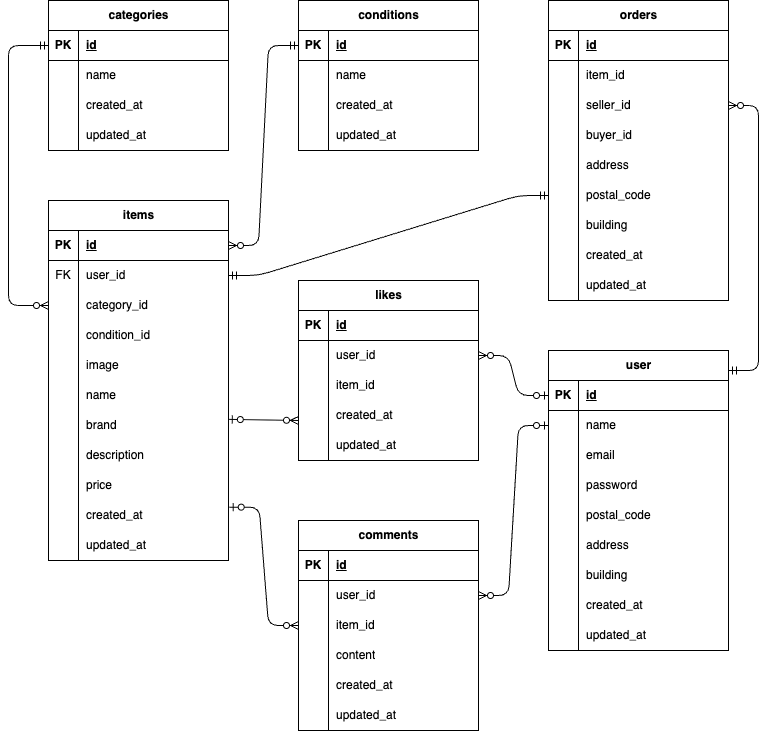
Before: docs/er.drawio.png, a diagram exported from draw.io (YumiOotake/coachtech-flea-market-test). Source tidied: cells renumbered, new cells last; positions are measured from the earlier drawing's top-left corner, leaving out a move shared by most shapes.
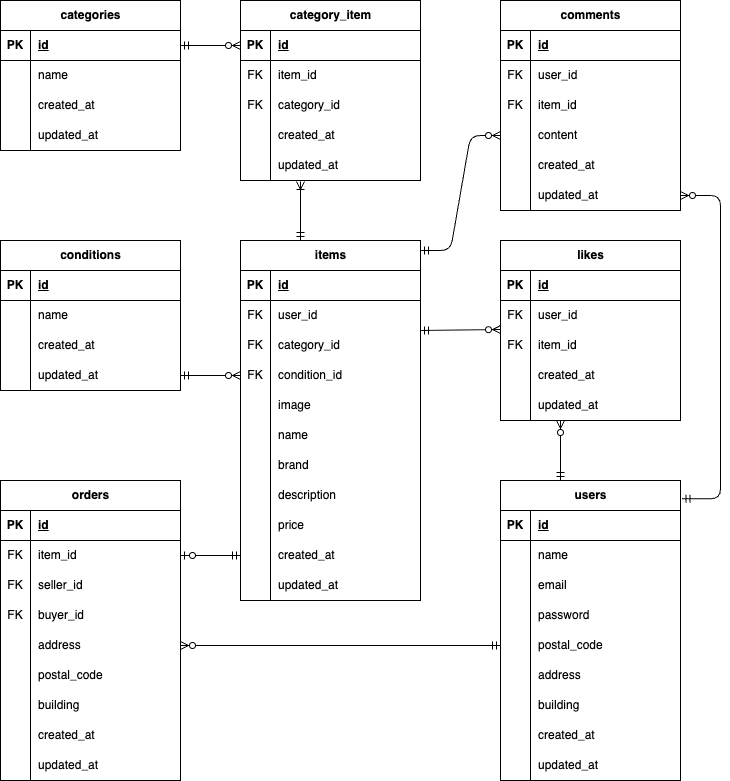
The same diagram one commit later.

The edit, as a diff of the source:
```diff
@@ -42,7 +42,7 @@
       <mxGeometry x="30" width="150" height="30" as="geometry" />
     </mxCell>
     <mxCell id="15" value="conditions" style="shape=table;startSize=30;rowLines=0;fontStyle=1;align=center;html=1;" parent="1" vertex="1">
-      <mxGeometry x="290" width="180" height="150" as="geometry" />
+      <mxGeometry x="40" y="240" width="180" height="150" as="geometry" />
     </mxCell>
     <mxCell id="16" style="shape=tableRow;horizontal=0;startSize=0;swimlaneHead=0;swimlaneBody=0;fillColor=none;points=[[0,0.5],[1,0.5]];portConstraint=eastwest;top=0;left=0;right=0;bottom=1;" parent="15" vertex="1">
       <mxGeometry y="30" width="180" height="30" as="geometry" />
@@ -81,7 +81,7 @@
       <mxGeometry x="30" width="150" height="30" as="geometry" />
     </mxCell>
     <mxCell id="28" value="comments" style="shape=table;startSize=30;rowLines=0;fontStyle=1;align=center;html=1;" parent="1" vertex="1">
-      <mxGeometry x="290" y="520" width="180" height="210" as="geometry" />
+      <mxGeometry x="540" width="180" height="210" as="geometry" />
     </mxCell>
     <mxCell id="29" style="shape=tableRow;horizontal=0;startSize=0;swimlaneHead=0;swimlaneBody=0;fillColor=none;top=0;left=0;right=0;bottom=1;" parent="28" vertex="1">
       <mxGeometry y="30" width="180" height="30" as="geometry" />
@@ -95,7 +95,7 @@
     <mxCell id="32" style="shape=tableRow;horizontal=0;startSize=0;swimlaneHead=0;swimlaneBody=0;fillColor=none;points=[[0,0.5],[1,0.5]];portConstraint=eastwest;top=0;left=0;right=0;bottom=0;" parent="28" vertex="1">
       <mxGeometry y="60" width="180" height="30" as="geometry" />
     </mxCell>
-    <mxCell id="33" style="shape=partialRectangle;fillColor=none;top=0;left=0;bottom=0;right=0;overflow=hidden;whiteSpace=wrap;html=1;" parent="32" vertex="1">
+    <mxCell id="33" value="FK" style="shape=partialRectangle;fillColor=none;top=0;left=0;bottom=0;right=0;overflow=hidden;whiteSpace=wrap;html=1;" parent="32" vertex="1">
       <mxGeometry width="30" height="30" as="geometry" />
     </mxCell>
     <mxCell id="34" value="user_id" style="shape=partialRectangle;fillColor=none;top=0;left=0;bottom=0;right=0;align=left;spacingLeft=6;overflow=hidden;whiteSpace=wrap;html=1;" parent="32" vertex="1">
@@ -104,7 +104,7 @@
     <mxCell id="35" style="shape=tableRow;horizontal=0;startSize=0;swimlaneHead=0;swimlaneBody=0;fillColor=none;points=[[0,0.5],[1,0.5]];portConstraint=eastwest;top=0;left=0;right=0;bottom=0;" parent="28" vertex="1">
       <mxGeometry y="90" width="180" height="30" as="geometry" />
     </mxCell>
-    <mxCell id="36" style="shape=partialRectangle;fillColor=none;top=0;left=0;bottom=0;right=0;overflow=hidden;whiteSpace=wrap;html=1;" parent="35" vertex="1">
+    <mxCell id="36" value="FK" style="shape=partialRectangle;fillColor=none;top=0;left=0;bottom=0;right=0;overflow=hidden;whiteSpace=wrap;html=1;" parent="35" vertex="1">
       <mxGeometry width="30" height="30" as="geometry" />
     </mxCell>
     <mxCell id="37" value="item_id" style="shape=partialRectangle;fillColor=none;top=0;left=0;bottom=0;right=0;align=left;spacingLeft=6;overflow=hidden;whiteSpace=wrap;html=1;" parent="35" vertex="1">
@@ -137,8 +137,8 @@
     <mxCell id="46" value="updated_at" style="shape=partialRectangle;fillColor=none;top=0;left=0;bottom=0;right=0;align=left;spacingLeft=6;overflow=hidden;whiteSpace=wrap;html=1;" parent="44" vertex="1">
       <mxGeometry x="30" width="150" height="30" as="geometry" />
     </mxCell>
-    <mxCell id="47" value="user" style="shape=table;startSize=30;rowLines=0;fontStyle=1;align=center;html=1;" parent="1" vertex="1">
-      <mxGeometry x="540" y="350" width="180" height="300" as="geometry" />
+    <mxCell id="47" value="users" style="shape=table;startSize=30;rowLines=0;fontStyle=1;align=center;html=1;" parent="1" vertex="1">
+      <mxGeometry x="540" y="480" width="180" height="300" as="geometry" />
     </mxCell>
     <mxCell id="48" style="shape=tableRow;horizontal=0;startSize=0;swimlaneHead=0;swimlaneBody=0;fillColor=none;points=[[0,0.5],[1,0.5]];portConstraint=eastwest;top=0;left=0;right=0;bottom=1;" parent="47" vertex="1">
       <mxGeometry y="30" width="180" height="30" as="geometry" />
@@ -222,7 +222,7 @@
       <mxGeometry x="30" width="150" height="30" as="geometry" />
     </mxCell>
     <mxCell id="75" value="items" style="shape=table;startSize=30;rowLines=0;fontStyle=1;align=center;html=1;" parent="1" vertex="1">
-      <mxGeometry x="40" y="200" width="180" height="360" as="geometry" />
+      <mxGeometry x="280" y="240" width="180" height="360" as="geometry" />
     </mxCell>
     <mxCell id="76" style="shape=tableRow;horizontal=0;startSize=0;swimlaneHead=0;swimlaneBody=0;fillColor=none;points=[[0,0.5],[1,0.5]];portConstraint=eastwest;top=0;left=0;right=0;bottom=1;" parent="75" vertex="1">
       <mxGeometry y="30" width="180" height="30" as="geometry" />
@@ -245,7 +245,7 @@
     <mxCell id="82" style="shape=tableRow;horizontal=0;startSize=0;swimlaneHead=0;swimlaneBody=0;fillColor=none;points=[[0,0.5],[1,0.5]];portConstraint=eastwest;top=0;left=0;right=0;bottom=0;" parent="75" vertex="1">
       <mxGeometry y="90" width="180" height="30" as="geometry" />
     </mxCell>
-    <mxCell id="83" style="shape=partialRectangle;fillColor=none;top=0;left=0;bottom=0;right=0;overflow=hidden;whiteSpace=wrap;html=1;" parent="82" vertex="1">
+    <mxCell id="83" value="FK" style="shape=partialRectangle;fillColor=none;top=0;left=0;bottom=0;right=0;overflow=hidden;whiteSpace=wrap;html=1;" parent="82" vertex="1">
       <mxGeometry width="30" height="30" as="geometry" />
     </mxCell>
     <mxCell id="84" value="category_id" style="shape=partialRectangle;fillColor=none;top=0;left=0;bottom=0;right=0;align=left;spacingLeft=6;overflow=hidden;whiteSpace=wrap;html=1;" parent="82" vertex="1">
@@ -254,7 +254,7 @@
     <mxCell id="85" style="shape=tableRow;horizontal=0;startSize=0;swimlaneHead=0;swimlaneBody=0;fillColor=none;points=[[0,0.5],[1,0.5]];portConstraint=eastwest;top=0;left=0;right=0;bottom=0;" parent="75" vertex="1">
       <mxGeometry y="120" width="180" height="30" as="geometry" />
     </mxCell>
-    <mxCell id="86" style="shape=partialRectangle;fillColor=none;top=0;left=0;bottom=0;right=0;overflow=hidden;whiteSpace=wrap;html=1;" parent="85" vertex="1">
+    <mxCell id="86" value="FK" style="shape=partialRectangle;fillColor=none;top=0;left=0;bottom=0;right=0;overflow=hidden;whiteSpace=wrap;html=1;" parent="85" vertex="1">
       <mxGeometry width="30" height="30" as="geometry" />
     </mxCell>
     <mxCell id="87" value="condition_id" style="shape=partialRectangle;fillColor=none;top=0;left=0;bottom=0;right=0;align=left;spacingLeft=6;overflow=hidden;whiteSpace=wrap;html=1;" parent="85" vertex="1">
@@ -324,7 +324,7 @@
       <mxGeometry x="30" width="150" height="30" as="geometry" />
     </mxCell>
     <mxCell id="109" value="likes" style="shape=table;startSize=30;rowLines=0;fontStyle=1;align=center;html=1;" parent="1" vertex="1">
-      <mxGeometry x="290" y="280" width="180" height="180" as="geometry" />
+      <mxGeometry x="540" y="240" width="180" height="180" as="geometry" />
     </mxCell>
     <mxCell id="110" style="shape=tableRow;horizontal=0;startSize=0;swimlaneHead=0;swimlaneBody=0;fillColor=none;top=0;left=0;right=0;bottom=1;" parent="109" vertex="1">
       <mxGeometry y="30" width="180" height="30" as="geometry" />
@@ -338,7 +338,7 @@
     <mxCell id="113" style="shape=tableRow;horizontal=0;startSize=0;swimlaneHead=0;swimlaneBody=0;fillColor=none;points=[[0,0.5],[1,0.5]];portConstraint=eastwest;top=0;left=0;right=0;bottom=0;" parent="109" vertex="1">
       <mxGeometry y="60" width="180" height="30" as="geometry" />
     </mxCell>
-    <mxCell id="114" style="shape=partialRectangle;fillColor=none;top=0;left=0;bottom=0;right=0;overflow=hidden;whiteSpace=wrap;html=1;" parent="113" vertex="1">
+    <mxCell id="114" value="FK" style="shape=partialRectangle;fillColor=none;top=0;left=0;bottom=0;right=0;overflow=hidden;whiteSpace=wrap;html=1;" parent="113" vertex="1">
       <mxGeometry width="30" height="30" as="geometry" />
     </mxCell>
     <mxCell id="115" value="user_id" style="shape=partialRectangle;fillColor=none;top=0;left=0;bottom=0;right=0;align=left;spacingLeft=6;overflow=hidden;whiteSpace=wrap;html=1;" parent="113" vertex="1">
@@ -347,7 +347,7 @@
     <mxCell id="116" style="shape=tableRow;horizontal=0;startSize=0;swimlaneHead=0;swimlaneBody=0;fillColor=none;top=0;left=0;right=0;bottom=0;" parent="109" vertex="1">
       <mxGeometry y="90" width="180" height="30" as="geometry" />
     </mxCell>
-    <mxCell id="117" style="shape=partialRectangle;fillColor=none;top=0;left=0;bottom=0;right=0;overflow=hidden;whiteSpace=wrap;html=1;" parent="116" vertex="1">
+    <mxCell id="117" value="FK" style="shape=partialRectangle;fillColor=none;top=0;left=0;bottom=0;right=0;overflow=hidden;whiteSpace=wrap;html=1;" parent="116" vertex="1">
       <mxGeometry width="30" height="30" as="geometry" />
     </mxCell>
     <mxCell id="118" value="item_id" style="shape=partialRectangle;fillColor=none;top=0;left=0;bottom=0;right=0;align=left;spacingLeft=6;overflow=hidden;whiteSpace=wrap;html=1;" parent="116" vertex="1">
@@ -372,7 +372,7 @@
       <mxGeometry x="30" width="150" height="30" as="geometry" />
     </mxCell>
     <mxCell id="125" value="orders" style="shape=table;startSize=30;rowLines=0;fontStyle=1;align=center;html=1;" parent="1" vertex="1">
-      <mxGeometry x="540" width="180" height="300" as="geometry" />
+      <mxGeometry x="40" y="480" width="180" height="300" as="geometry" />
     </mxCell>
     <mxCell id="126" style="shape=tableRow;horizontal=0;startSize=0;swimlaneHead=0;swimlaneBody=0;fillColor=none;top=0;left=0;right=0;bottom=1;" parent="125" vertex="1">
       <mxGeometry y="30" width="180" height="30" as="geometry" />
@@ -386,7 +386,7 @@
     <mxCell id="129" style="shape=tableRow;horizontal=0;startSize=0;swimlaneHead=0;swimlaneBody=0;fillColor=none;points=[[0,0.5],[1,0.5]];portConstraint=eastwest;top=0;left=0;right=0;bottom=0;" parent="125" vertex="1">
       <mxGeometry y="60" width="180" height="30" as="geometry" />
     </mxCell>
-    <mxCell id="130" style="shape=partialRectangle;fillColor=none;top=0;left=0;bottom=0;right=0;overflow=hidden;whiteSpace=wrap;html=1;" parent="129" vertex="1">
+    <mxCell id="130" value="FK" style="shape=partialRectangle;fillColor=none;top=0;left=0;bottom=0;right=0;overflow=hidden;whiteSpace=wrap;html=1;" parent="129" vertex="1">
       <mxGeometry width="30" height="30" as="geometry" />
     </mxCell>
     <mxCell id="131" value="item_id" style="shape=partialRectangle;fillColor=none;top=0;left=0;bottom=0;right=0;align=left;spacingLeft=6;overflow=hidden;whiteSpace=wrap;html=1;" parent="129" vertex="1">
@@ -395,7 +395,7 @@
     <mxCell id="132" style="shape=tableRow;horizontal=0;startSize=0;swimlaneHead=0;swimlaneBody=0;fillColor=none;top=0;left=0;right=0;bottom=0;" parent="125" vertex="1">
       <mxGeometry y="90" width="180" height="30" as="geometry" />
     </mxCell>
-    <mxCell id="133" style="shape=partialRectangle;fillColor=none;top=0;left=0;bottom=0;right=0;overflow=hidden;whiteSpace=wrap;html=1;" parent="132" vertex="1">
+    <mxCell id="133" value="FK" style="shape=partialRectangle;fillColor=none;top=0;left=0;bottom=0;right=0;overflow=hidden;whiteSpace=wrap;html=1;" parent="132" vertex="1">
       <mxGeometry width="30" height="30" as="geometry" />
     </mxCell>
     <mxCell id="134" value="seller_id" style="shape=partialRectangle;fillColor=none;top=0;left=0;bottom=0;right=0;align=left;spacingLeft=6;overflow=hidden;whiteSpace=wrap;html=1;" parent="132" vertex="1">
@@ -404,7 +404,7 @@
     <mxCell id="135" style="shape=tableRow;horizontal=0;startSize=0;swimlaneHead=0;swimlaneBody=0;fillColor=none;top=0;left=0;right=0;bottom=0;" parent="125" vertex="1">
       <mxGeometry y="120" width="180" height="30" as="geometry" />
     </mxCell>
-    <mxCell id="136" style="shape=partialRectangle;fillColor=none;top=0;left=0;bottom=0;right=0;overflow=hidden;whiteSpace=wrap;html=1;" parent="135" vertex="1">
+    <mxCell id="136" value="FK" style="shape=partialRectangle;fillColor=none;top=0;left=0;bottom=0;right=0;overflow=hidden;whiteSpace=wrap;html=1;" parent="135" vertex="1">
       <mxGeometry width="30" height="30" as="geometry" />
     </mxCell>
     <mxCell id="137" value="buyer_id" style="shape=partialRectangle;fillColor=none;top=0;left=0;bottom=0;right=0;align=left;spacingLeft=6;overflow=hidden;whiteSpace=wrap;html=1;" parent="135" vertex="1">
@@ -455,43 +455,96 @@
     <mxCell id="152" value="updated_at" style="shape=partialRectangle;fillColor=none;top=0;left=0;bottom=0;right=0;align=left;spacingLeft=6;overflow=hidden;whiteSpace=wrap;html=1;" parent="150" vertex="1">
       <mxGeometry x="30" width="150" height="30" as="geometry" />
     </mxCell>
-    <mxCell id="153" style="edgeStyle=entityRelationEdgeStyle;fontSize=12;html=1;endArrow=ERzeroToMany;startArrow=ERmandOne;exitX=0;exitY=0.5;exitDx=0;exitDy=0;entryX=1;entryY=0.5;entryDx=0;entryDy=0;" parent="1" edge="1" source="16" target="76">
+    <mxCell id="153" style="fontSize=12;html=1;endArrow=ERzeroToMany;startArrow=ERmandOne;entryX=0;entryY=0.5;entryDx=0;entryDy=0;exitX=1;exitY=0.5;exitDx=0;exitDy=0;edgeStyle=orthogonalEdgeStyle;elbow=vertical;" parent="1" edge="1" source="3" target="162">
       <mxGeometry relative="1" as="geometry" />
     </mxCell>
-    <mxCell id="154" style="edgeStyle=orthogonalEdgeStyle;fontSize=12;html=1;endArrow=ERzeroToMany;startArrow=ERmandOne;exitX=0;exitY=0.5;exitDx=0;exitDy=0;entryX=0;entryY=0.5;entryDx=0;entryDy=0;" parent="1" edge="1" source="3" target="82">
-      <mxGeometry relative="1" as="geometry">
-        <Array as="points">
-          <mxPoint y="45" />
-          <mxPoint y="305" />
-        </Array>
-      </mxGeometry>
-    </mxCell>
-    <mxCell id="155" style="fontSize=12;html=1;endArrow=ERzeroToMany;startArrow=ERzeroToOne;exitX=0.999;exitY=0.295;exitDx=0;exitDy=0;entryX=0;entryY=0.5;entryDx=0;entryDy=0;exitPerimeter=0;" parent="1" edge="1" source="94">
-      <mxGeometry relative="1" as="geometry">
-        <mxPoint x="290" y="420" as="targetPoint" />
-      </mxGeometry>
-    </mxCell>
-    <mxCell id="156" style="edgeStyle=entityRelationEdgeStyle;fontSize=12;html=1;endArrow=ERzeroToMany;startArrow=ERzeroToOne;entryX=1;entryY=0.5;entryDx=0;entryDy=0;exitX=0;exitY=0.5;exitDx=0;exitDy=0;" parent="1" edge="1" source="48" target="113">
-      <mxGeometry relative="1" as="geometry" />
-    </mxCell>
-    <mxCell id="157" style="edgeStyle=entityRelationEdgeStyle;fontSize=12;html=1;endArrow=ERzeroToMany;startArrow=ERzeroToOne;exitX=0;exitY=0.5;exitDx=0;exitDy=0;entryX=1;entryY=0.5;entryDx=0;entryDy=0;" parent="1" edge="1" source="51" target="32">
-      <mxGeometry relative="1" as="geometry" />
-    </mxCell>
-    <mxCell id="158" style="edgeStyle=entityRelationEdgeStyle;fontSize=12;html=1;endArrow=ERzeroToMany;startArrow=ERzeroToOne;entryX=0;entryY=0.5;entryDx=0;entryDy=0;exitX=1.004;exitY=0.222;exitDx=0;exitDy=0;exitPerimeter=0;" parent="1" edge="1" source="103" target="35">
-      <mxGeometry relative="1" as="geometry" />
-    </mxCell>
-    <mxCell id="159" style="edgeStyle=orthogonalEdgeStyle;fontSize=12;html=1;endArrow=ERzeroToMany;startArrow=ERmandOne;exitX=0;exitY=0.067;exitDx=0;exitDy=0;exitPerimeter=0;entryX=0;entryY=0.5;entryDx=0;entryDy=0;" parent="1" edge="1">
-      <mxGeometry relative="1" as="geometry">
-        <mxPoint x="720" y="370.1" as="sourcePoint" />
-        <mxPoint x="720" y="105" as="targetPoint" />
-        <Array as="points">
-          <mxPoint x="750" y="370" />
-          <mxPoint x="750" y="105" />
-        </Array>
-      </mxGeometry>
+    <mxCell id="159" style="fontSize=12;html=1;endArrow=ERzeroToMany;startArrow=ERmandOne;exitX=0;exitY=0.5;exitDx=0;exitDy=0;entryX=1;entryY=0.5;entryDx=0;entryDy=0;" parent="1" edge="1" source="60" target="138">
+      <mxGeometry relative="1" as="geometry" />
     </mxCell>
-    <mxCell id="160" style="edgeStyle=entityRelationEdgeStyle;fontSize=12;html=1;endArrow=ERmandOne;startArrow=ERmandOne;exitX=1;exitY=0.5;exitDx=0;exitDy=0;entryX=0;entryY=0.5;entryDx=0;entryDy=0;" parent="1" edge="1" source="79" target="141">
-      <mxGeometry relative="1" as="geometry" />
-    </mxCell>
+    <mxCell id="161" value="category_item" style="shape=table;startSize=30;rowLines=0;fontStyle=1;align=center;html=1;" parent="1" vertex="1">
+      <mxGeometry x="280" width="180" height="180" as="geometry" />
+    </mxCell>
+    <mxCell id="162" style="shape=tableRow;horizontal=0;startSize=0;swimlaneHead=0;swimlaneBody=0;fillColor=none;points=[[0,0.5],[1,0.5]];portConstraint=eastwest;top=0;left=0;right=0;bottom=1;" parent="161" vertex="1">
+      <mxGeometry y="30" width="180" height="30" as="geometry" />
+    </mxCell>
+    <mxCell id="163" value="PK" style="shape=partialRectangle;fillColor=none;top=0;left=0;bottom=0;right=0;fontStyle=1;overflow=hidden;whiteSpace=wrap;html=1;" parent="162" vertex="1">
+      <mxGeometry width="30" height="30" as="geometry" />
+    </mxCell>
+    <mxCell id="164" value="id" style="shape=partialRectangle;fillColor=none;top=0;left=0;bottom=0;right=0;align=left;spacingLeft=6;fontStyle=5;overflow=hidden;whiteSpace=wrap;html=1;" parent="162" vertex="1">
+      <mxGeometry x="30" width="150" height="30" as="geometry" />
+    </mxCell>
+    <mxCell id="165" style="shape=tableRow;horizontal=0;startSize=0;swimlaneHead=0;swimlaneBody=0;fillColor=none;top=0;left=0;right=0;bottom=0;" parent="161" vertex="1">
+      <mxGeometry y="60" width="180" height="30" as="geometry" />
+    </mxCell>
+    <mxCell id="166" value="FK" style="shape=partialRectangle;fillColor=none;top=0;left=0;bottom=0;right=0;overflow=hidden;whiteSpace=wrap;html=1;" parent="165" vertex="1">
+      <mxGeometry width="30" height="30" as="geometry" />
+    </mxCell>
+    <mxCell id="167" value="item_id" style="shape=partialRectangle;fillColor=none;top=0;left=0;bottom=0;right=0;align=left;spacingLeft=6;overflow=hidden;whiteSpace=wrap;html=1;" parent="165" vertex="1">
+      <mxGeometry x="30" width="150" height="30" as="geometry" />
+    </mxCell>
+    <mxCell id="168" style="shape=tableRow;horizontal=0;startSize=0;swimlaneHead=0;swimlaneBody=0;fillColor=none;top=0;left=0;right=0;bottom=0;" parent="161" vertex="1">
+      <mxGeometry y="90" width="180" height="30" as="geometry" />
+    </mxCell>
+    <mxCell id="169" value="FK" style="shape=partialRectangle;fillColor=none;top=0;left=0;bottom=0;right=0;overflow=hidden;whiteSpace=wrap;html=1;" parent="168" vertex="1">
+      <mxGeometry width="30" height="30" as="geometry" />
+    </mxCell>
+    <mxCell id="170" value="category_id" style="shape=partialRectangle;fillColor=none;top=0;left=0;bottom=0;right=0;align=left;spacingLeft=6;overflow=hidden;whiteSpace=wrap;html=1;" parent="168" vertex="1">
+      <mxGeometry x="30" width="150" height="30" as="geometry" />
+    </mxCell>
+    <mxCell id="171" style="shape=tableRow;horizontal=0;startSize=0;swimlaneHead=0;swimlaneBody=0;fillColor=none;top=0;left=0;right=0;bottom=0;" parent="161" vertex="1">
+      <mxGeometry y="120" width="180" height="30" as="geometry" />
+    </mxCell>
+    <mxCell id="172" style="shape=partialRectangle;fillColor=none;top=0;left=0;bottom=0;right=0;overflow=hidden;whiteSpace=wrap;html=1;" parent="171" vertex="1">
+      <mxGeometry width="30" height="30" as="geometry" />
+    </mxCell>
+    <mxCell id="173" value="created_at" style="shape=partialRectangle;fillColor=none;top=0;left=0;bottom=0;right=0;align=left;spacingLeft=6;overflow=hidden;whiteSpace=wrap;html=1;" parent="171" vertex="1">
+      <mxGeometry x="30" width="150" height="30" as="geometry" />
+    </mxCell>
+    <mxCell id="174" style="shape=tableRow;horizontal=0;startSize=0;swimlaneHead=0;swimlaneBody=0;fillColor=none;top=0;left=0;right=0;bottom=0;" parent="161" vertex="1">
+      <mxGeometry y="150" width="180" height="30" as="geometry" />
+    </mxCell>
+    <mxCell id="175" style="shape=partialRectangle;fillColor=none;top=0;left=0;bottom=0;right=0;overflow=hidden;whiteSpace=wrap;html=1;" parent="174" vertex="1">
+      <mxGeometry width="30" height="30" as="geometry" />
+    </mxCell>
+    <mxCell id="176" value="updated_at" style="shape=partialRectangle;fillColor=none;top=0;left=0;bottom=0;right=0;align=left;spacingLeft=6;overflow=hidden;whiteSpace=wrap;html=1;" parent="174" vertex="1">
+      <mxGeometry x="30" width="150" height="30" as="geometry" />
+    </mxCell>
+    <mxCell id="177" style="edgeStyle=entityRelationEdgeStyle;fontSize=12;html=1;endArrow=ERzeroToMany;startArrow=ERmandOne;entryX=0;entryY=0.5;entryDx=0;entryDy=0;" parent="1" edge="1" target="38">
+      <mxGeometry relative="1" as="geometry">
+        <mxPoint x="460" y="250" as="sourcePoint" />
+      </mxGeometry>
+    </mxCell>
+    <mxCell id="178" style="fontSize=12;html=1;endArrow=ERzeroToMany;startArrow=ERmandOne;" parent="1" edge="1">
+      <mxGeometry relative="1" as="geometry">
+        <mxPoint x="460" y="330" as="sourcePoint" />
+        <mxPoint x="540" y="329" as="targetPoint" />
+      </mxGeometry>
+    </mxCell>
+    <mxCell id="179" style="fontSize=12;html=1;endArrow=ERzeroToMany;startArrow=ERmandOne;exitX=0.17;exitY=-0.002;exitDx=0;exitDy=0;exitPerimeter=0;" parent="1" edge="1">
+      <mxGeometry relative="1" as="geometry">
+        <mxPoint x="600" y="480" as="sourcePoint" />
+        <mxPoint x="600" y="420" as="targetPoint" />
+      </mxGeometry>
+    </mxCell>
+    <mxCell id="180" style="fontSize=12;html=1;endArrow=ERzeroToMany;startArrow=ERmandOne;exitX=1;exitY=0.5;exitDx=0;exitDy=0;entryX=0;entryY=0.5;entryDx=0;entryDy=0;" parent="1" edge="1" source="25" target="85">
+      <mxGeometry relative="1" as="geometry" />
+    </mxCell>
+    <mxCell id="181" style="fontSize=12;html=1;endArrow=ERzeroToMany;startArrow=ERmandOne;entryX=1;entryY=0.5;entryDx=0;entryDy=0;exitX=1.009;exitY=0.061;exitDx=0;exitDy=0;exitPerimeter=0;edgeStyle=orthogonalEdgeStyle;" parent="1" edge="1" source="47" target="44">
+      <mxGeometry relative="1" as="geometry">
+        <Array as="points">
+          <mxPoint x="760" y="498" />
+          <mxPoint x="760" y="195" />
+        </Array>
+      </mxGeometry>
+    </mxCell>
+    <mxCell id="182" style="fontSize=12;html=1;endArrow=ERoneToMany;startArrow=ERmandOne;" parent="1" edge="1">
+      <mxGeometry relative="1" as="geometry">
+        <mxPoint x="340" y="240" as="sourcePoint" />
+        <mxPoint x="340" y="181" as="targetPoint" />
+      </mxGeometry>
+    </mxCell>
+    <mxCell id="183" style="edgeStyle=entityRelationEdgeStyle;fontSize=12;html=1;endArrow=ERzeroToOne;startArrow=ERmandOne;exitX=0;exitY=0.5;exitDx=0;exitDy=0;entryX=1;entryY=0.5;entryDx=0;entryDy=0;" parent="1" edge="1" source="103" target="129">
+      <mxGeometry relative="1" as="geometry" />
+    </mxCell>
   </root>
 </mxGraphModel>
```
